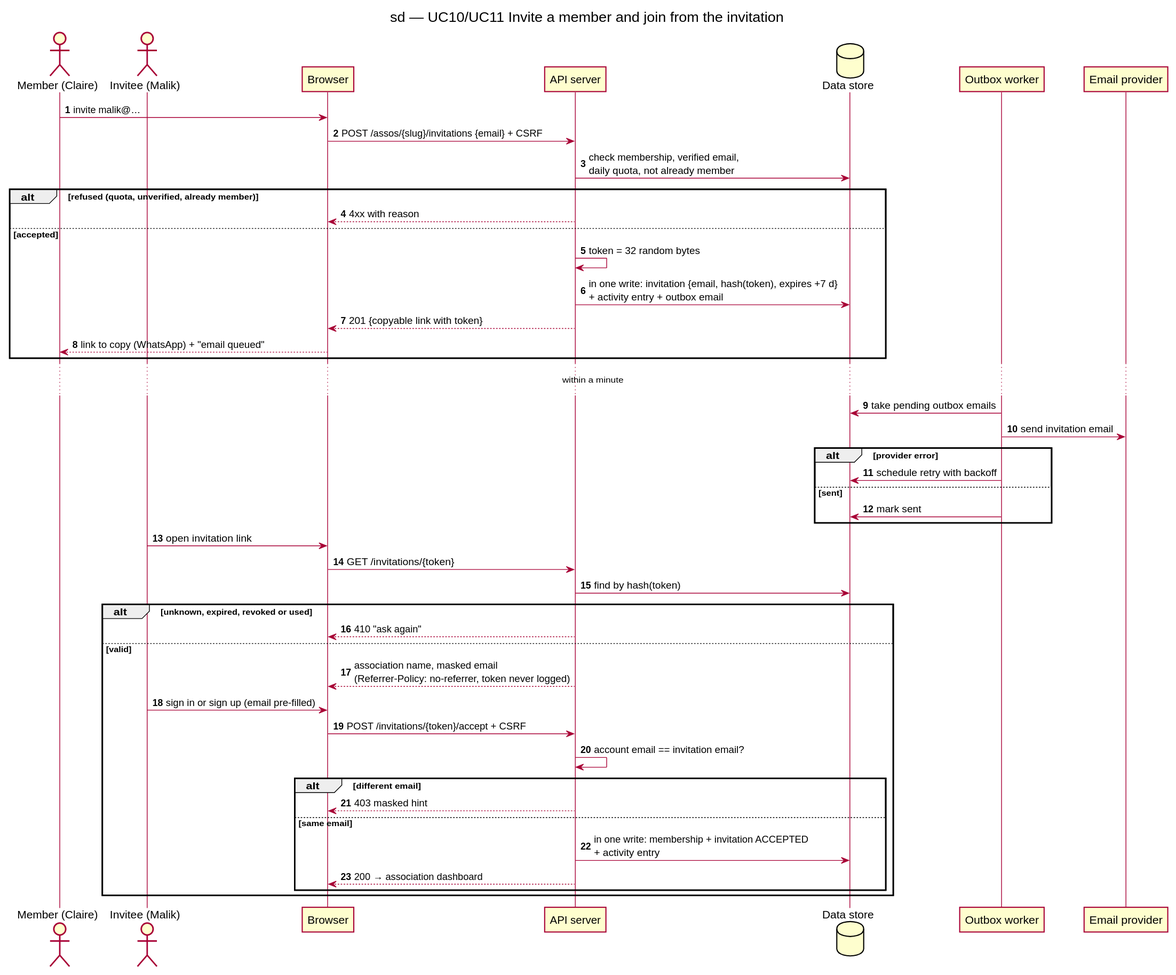
Above: docs/architecture/diagrams/v1-events/02b-sequence-invite-and-join.svg in benoit-bremaud/HappiHub (PlantUML), before the change.
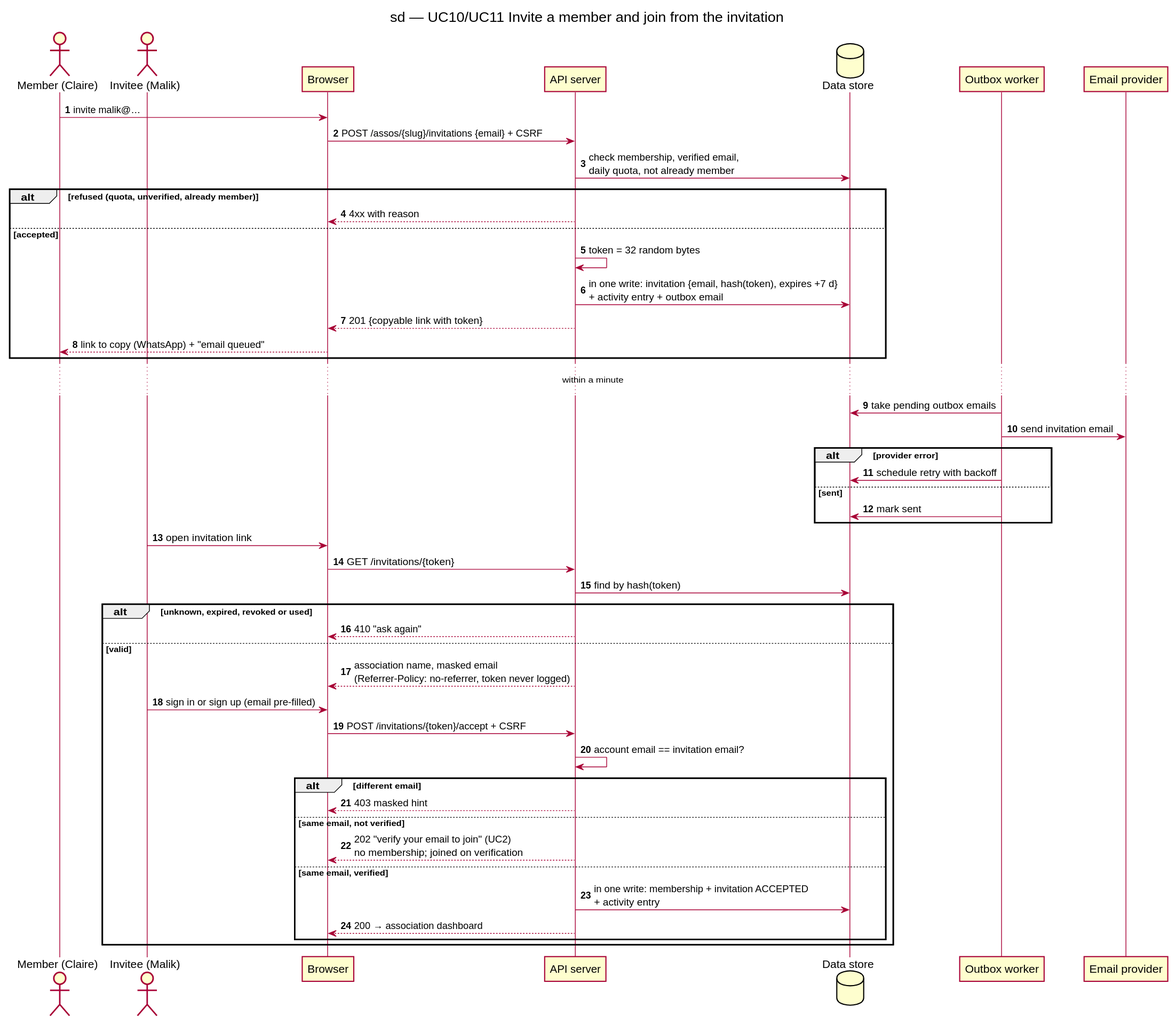
After the change.

Commit message:
docs(uml): require a verified email to join and widen moderator conflicts

Change to the diagram source:
```diff
@@ -41,7 +41,9 @@
   A -> A : account email == invitation email?
   alt different email
     A --> B : 403 masked hint
-  else same email
+  else same email, not verified
+    A --> B : 202 "verify your email to join" (UC2)\nno membership; joined on verification
+  else same email, verified
     A -> D : in one write: membership + invitation ACCEPTED\n+ activity entry
     A --> B : 200 → association dashboard
   end
```
